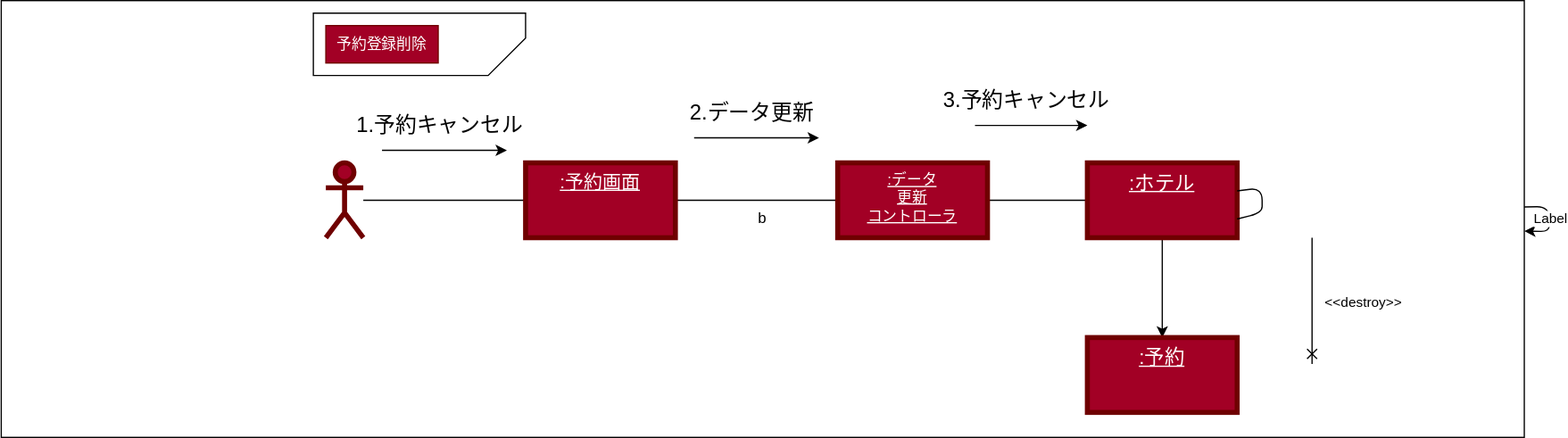
The draw.io diagram 演習５/演習５-2_CD_予約登録削除.drawio.svg in Kuya0307/unl-introduction, before a commit. Source tidied: cells renumbered, new cells last; positions are measured from the earlier drawing's top-left corner, leaving out a move shared by most shapes.
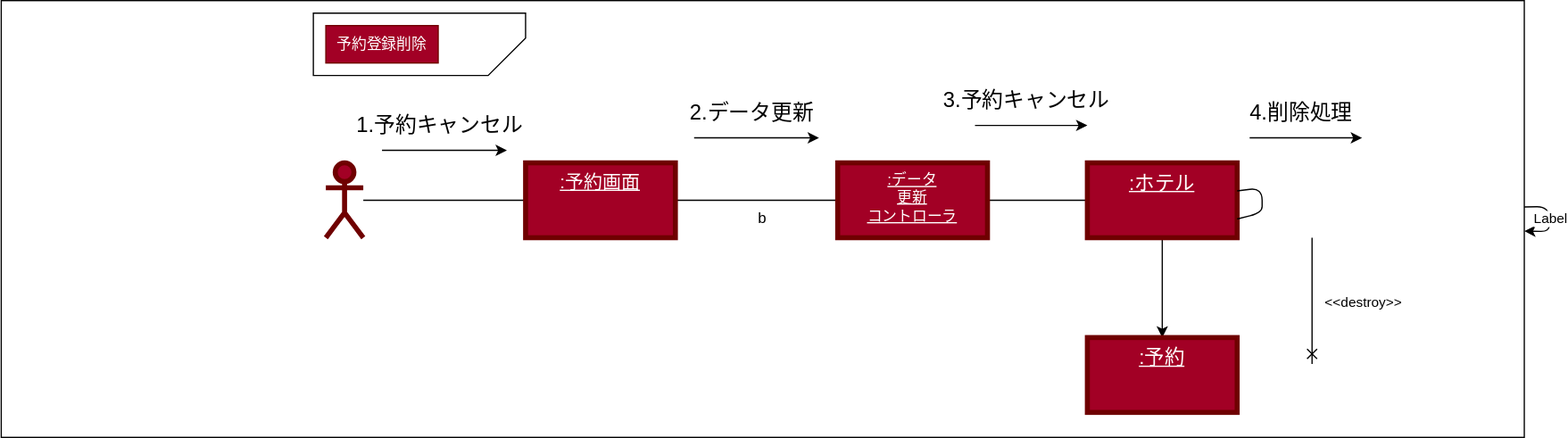
Above is the later version.

Change to the diagram source:
```diff
@@ -91,5 +91,16 @@
         <mxPoint x="40" as="offset" />
       </mxGeometry>
     </mxCell>
+    <mxCell id="25" style="endArrow=classic;html=1;fontSize=17;" parent="1" edge="1">
+      <mxGeometry relative="1" as="geometry">
+        <mxPoint x="1000" y="110" as="sourcePoint" />
+        <mxPoint x="1090" y="110" as="targetPoint" />
+      </mxGeometry>
+    </mxCell>
+    <mxCell id="26" value="4.削除処理" style="edgeLabel;html=1;align=center;verticalAlign=middle;strokeWidth=4;fontSize=17;" parent="25" vertex="1">
+      <mxGeometry relative="1" as="geometry">
+        <mxPoint x="-5" y="-20" as="offset" />
+      </mxGeometry>
+    </mxCell>
   </root>
 </mxGraphModel>
```
